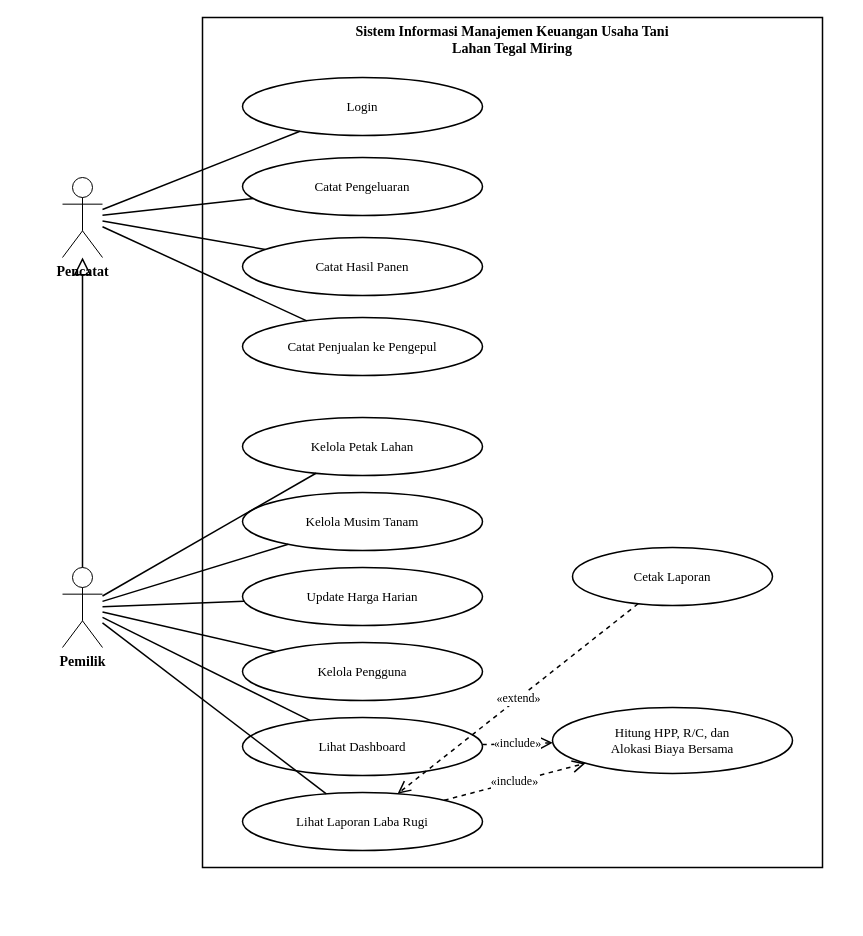
Above: sim-usahatani/diagram/02-use-case.drawio in adipkharis26-cmd/AdipKharis (draw.io), before the change. Source tidied: cells renumbered, new cells numbered last; positions are measured from the earlier drawing's top-left corner, leaving out a move shared by most shapes. Both pictures are drawn from the tidied source at 100%, with x=0, y=0 at pixel (62, 17).
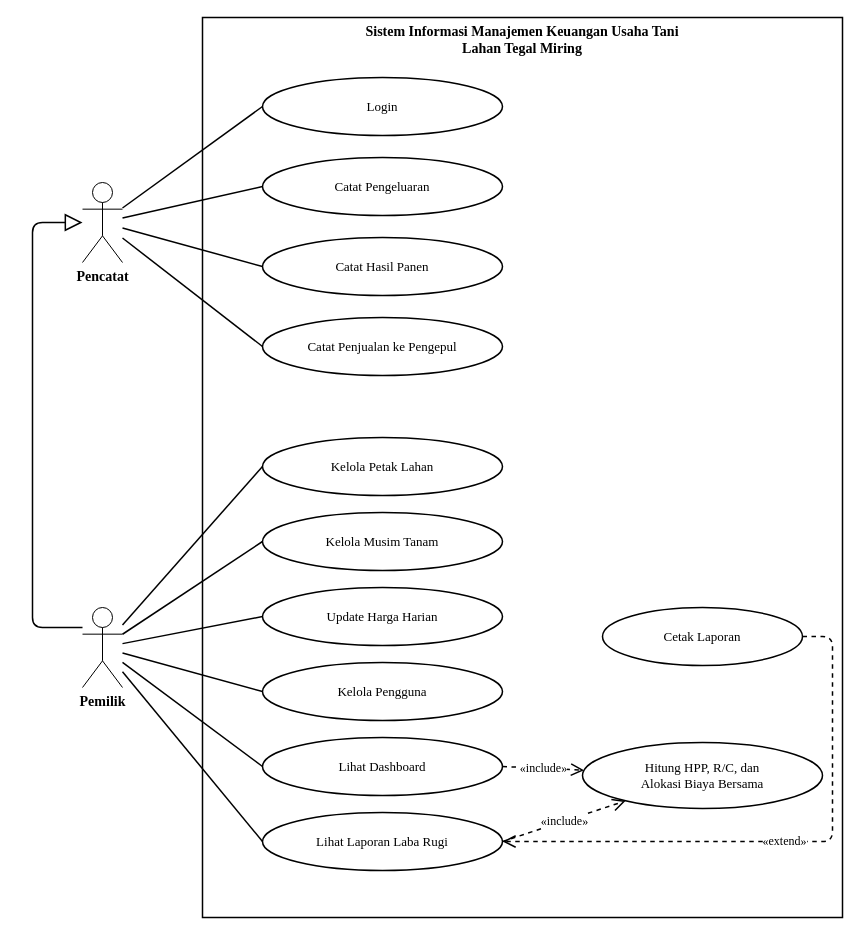
Above is the later version.

Commit message (it also covers changes not shown here):
Gambar referensi diagram + rapikan tata letak use case dan activity di file draw.io

Change to the diagram source:
```diff
@@
     <mxCell id="2" value="Sistem Informasi Manajemen Keuangan Usaha Tani&lt;br&gt;Lahan Tegal Miring" style="rounded=0;whiteSpace=wrap;html=1;strokeColor=#000000;fillColor=none;verticalAlign=top;fontSize=14;fontStyle=1;strokeWidth=1.5;fontFamily=Times New Roman;fontColor=#000000;" parent="1" vertex="1">
-      <mxGeometry x="140" width="620" height="850" as="geometry" />
+      <mxGeometry x="140" width="640" height="900" as="geometry" />
     </mxCell>
     <mxCell id="3" value="Pencatat" style="shape=umlActor;verticalLabelPosition=bottom;verticalAlign=top;html=1;strokeColor=#000000;fillColor=#FFFFFF;fontSize=14;fontStyle=1;fontFamily=Times New Roman;fontColor=#000000;" parent="1" vertex="1">
-      <mxGeometry y="160" width="40" height="80" as="geometry" />
+      <mxGeometry x="20" y="165" width="40" height="80" as="geometry" />
     </mxCell>
     <mxCell id="4" value="Pemilik" style="shape=umlActor;verticalLabelPosition=bottom;verticalAlign=top;html=1;strokeColor=#000000;fillColor=#FFFFFF;fontSize=14;fontStyle=1;fontFamily=Times New Roman;fontColor=#000000;" parent="1" vertex="1">
-      <mxGeometry y="550" width="40" height="80" as="geometry" />
+      <mxGeometry x="20" y="590" width="40" height="80" as="geometry" />
     </mxCell>
-    <mxCell id="5" style="endArrow=block;endFill=1;html=1;strokeColor=#000000;strokeWidth=1.5;fontFamily=Times New Roman;fontColor=#000000;fontSize=12;endArrow=block;endFill=0;endSize=14;" parent="1" edge="1" source="4" target="3">
-      <mxGeometry relative="1" as="geometry" />
+    <mxCell id="5" style="endArrow=block;endFill=1;html=1;strokeColor=#000000;strokeWidth=1.5;fontFamily=Times New Roman;fontColor=#000000;fontSize=12;endArrow=block;endFill=0;endSize=14;edgeStyle=orthogonalEdgeStyle;exitX=0;exitY=0.25;entryX=0;entryY=0.5;" parent="1" edge="1" source="4" target="3">
+      <mxGeometry relative="1" as="geometry">
+        <Array as="points">
+          <mxPoint x="-30" y="610" />
+          <mxPoint x="-30" y="205" />
+        </Array>
+      </mxGeometry>
     </mxCell>
     <mxCell id="6" value="Login" style="ellipse;whiteSpace=wrap;html=1;strokeColor=#000000;fillColor=#FFFFFF;strokeWidth=1.5;fontSize=13;fontFamily=Times New Roman;fontColor=#000000;" parent="1" vertex="1">
-      <mxGeometry x="180" y="60" width="240" height="58" as="geometry" />
+      <mxGeometry x="200" y="60" width="240" height="58" as="geometry" />
     </mxCell>
     <mxCell id="7" value="Catat Pengeluaran" style="ellipse;whiteSpace=wrap;html=1;strokeColor=#000000;fillColor=#FFFFFF;strokeWidth=1.5;fontSize=13;fontFamily=Times New Roman;fontColor=#000000;" parent="1" vertex="1">
-      <mxGeometry x="180" y="140" width="240" height="58" as="geometry" />
+      <mxGeometry x="200" y="140" width="240" height="58" as="geometry" />
     </mxCell>
     <mxCell id="8" value="Catat Hasil Panen" style="ellipse;whiteSpace=wrap;html=1;strokeColor=#000000;fillColor=#FFFFFF;strokeWidth=1.5;fontSize=13;fontFamily=Times New Roman;fontColor=#000000;" parent="1" vertex="1">
-      <mxGeometry x="180" y="220" width="240" height="58" as="geometry" />
+      <mxGeometry x="200" y="220" width="240" height="58" as="geometry" />
     </mxCell>
     <mxCell id="9" value="Catat Penjualan ke Pengepul" style="ellipse;whiteSpace=wrap;html=1;strokeColor=#000000;fillColor=#FFFFFF;strokeWidth=1.5;fontSize=13;fontFamily=Times New Roman;fontColor=#000000;" parent="1" vertex="1">
-      <mxGeometry x="180" y="300" width="240" height="58" as="geometry" />
+      <mxGeometry x="200" y="300" width="240" height="58" as="geometry" />
     </mxCell>
     <mxCell id="10" value="Kelola Petak Lahan" style="ellipse;whiteSpace=wrap;html=1;strokeColor=#000000;fillColor=#FFFFFF;strokeWidth=1.5;fontSize=13;fontFamily=Times New Roman;fontColor=#000000;" parent="1" vertex="1">
-      <mxGeometry x="180" y="400" width="240" height="58" as="geometry" />
+      <mxGeometry x="200" y="420" width="240" height="58" as="geometry" />
     </mxCell>
     <mxCell id="11" value="Kelola Musim Tanam" style="ellipse;whiteSpace=wrap;html=1;strokeColor=#000000;fillColor=#FFFFFF;strokeWidth=1.5;fontSize=13;fontFamily=Times New Roman;fontColor=#000000;" parent="1" vertex="1">
-      <mxGeometry x="180" y="475" width="240" height="58" as="geometry" />
+      <mxGeometry x="200" y="495" width="240" height="58" as="geometry" />
     </mxCell>
     <mxCell id="12" value="Update Harga Harian" style="ellipse;whiteSpace=wrap;html=1;strokeColor=#000000;fillColor=#FFFFFF;strokeWidth=1.5;fontSize=13;fontFamily=Times New Roman;fontColor=#000000;" parent="1" vertex="1">
-      <mxGeometry x="180" y="550" width="240" height="58" as="geometry" />
+      <mxGeometry x="200" y="570" width="240" height="58" as="geometry" />
     </mxCell>
     <mxCell id="13" value="Kelola Pengguna" style="ellipse;whiteSpace=wrap;html=1;strokeColor=#000000;fillColor=#FFFFFF;strokeWidth=1.5;fontSize=13;fontFamily=Times New Roman;fontColor=#000000;" parent="1" vertex="1">
-      <mxGeometry x="180" y="625" width="240" height="58" as="geometry" />
+      <mxGeometry x="200" y="645" width="240" height="58" as="geometry" />
     </mxCell>
     <mxCell id="14" value="Lihat Dashboard" style="ellipse;whiteSpace=wrap;html=1;strokeColor=#000000;fillColor=#FFFFFF;strokeWidth=1.5;fontSize=13;fontFamily=Times New Roman;fontColor=#000000;" parent="1" vertex="1">
-      <mxGeometry x="180" y="700" width="240" height="58" as="geometry" />
+      <mxGeometry x="200" y="720" width="240" height="58" as="geometry" />
     </mxCell>
     <mxCell id="15" value="Lihat Laporan Laba Rugi" style="ellipse;whiteSpace=wrap;html=1;strokeColor=#000000;fillColor=#FFFFFF;strokeWidth=1.5;fontSize=13;fontFamily=Times New Roman;fontColor=#000000;" parent="1" vertex="1">
-      <mxGeometry x="180" y="775" width="240" height="58" as="geometry" />
+      <mxGeometry x="200" y="795" width="240" height="58" as="geometry" />
     </mxCell>
     <mxCell id="16" value="Hitung HPP, R/C, dan&lt;br&gt;Alokasi Biaya Bersama" style="ellipse;whiteSpace=wrap;html=1;strokeColor=#000000;fillColor=#FFFFFF;strokeWidth=1.5;fontSize=13;fontFamily=Times New Roman;fontColor=#000000;" parent="1" vertex="1">
-      <mxGeometry x="490" y="690" width="240" height="66" as="geometry" />
+      <mxGeometry x="520" y="725" width="240" height="66" as="geometry" />
     </mxCell>
     <mxCell id="17" value="Cetak Laporan" style="ellipse;whiteSpace=wrap;html=1;strokeColor=#000000;fillColor=#FFFFFF;strokeWidth=1.5;fontSize=13;fontFamily=Times New Roman;fontColor=#000000;" parent="1" vertex="1">
-      <mxGeometry x="510" y="530" width="200" height="58" as="geometry" />
+      <mxGeometry x="540" y="590" width="200" height="58" as="geometry" />
     </mxCell>
-    <mxCell id="18" style="endArrow=block;endFill=1;html=1;strokeColor=#000000;strokeWidth=1.5;fontFamily=Times New Roman;fontColor=#000000;fontSize=12;endArrow=none;" parent="1" edge="1" source="3" target="6">
+    <mxCell id="18" style="endArrow=block;endFill=1;html=1;strokeColor=#000000;strokeWidth=1.5;fontFamily=Times New Roman;fontColor=#000000;fontSize=12;endArrow=none;entryX=0;entryY=0.5;entryDx=0;entryDy=0;" parent="1" edge="1" source="3" target="6">
       <mxGeometry relative="1" as="geometry" />
     </mxCell>
-    <mxCell id="19" style="endArrow=block;endFill=1;html=1;strokeColor=#000000;strokeWidth=1.5;fontFamily=Times New Roman;fontColor=#000000;fontSize=12;endArrow=none;" parent="1" edge="1" source="3" target="7">
+    <mxCell id="19" style="endArrow=block;endFill=1;html=1;strokeColor=#000000;strokeWidth=1.5;fontFamily=Times New Roman;fontColor=#000000;fontSize=12;endArrow=none;entryX=0;entryY=0.5;entryDx=0;entryDy=0;" parent="1" edge="1" source="3" target="7">
       <mxGeometry relative="1" as="geometry" />
     </mxCell>
-    <mxCell id="20" style="endArrow=block;endFill=1;html=1;strokeColor=#000000;strokeWidth=1.5;fontFamily=Times New Roman;fontColor=#000000;fontSize=12;endArrow=none;" parent="1" edge="1" source="3" target="8">
+    <mxCell id="20" style="endArrow=block;endFill=1;html=1;strokeColor=#000000;strokeWidth=1.5;fontFamily=Times New Roman;fontColor=#000000;fontSize=12;endArrow=none;entryX=0;entryY=0.5;entryDx=0;entryDy=0;" parent="1" edge="1" source="3" target="8">
       <mxGeometry relative="1" as="geometry" />
     </mxCell>
-    <mxCell id="21" style="endArrow=block;endFill=1;html=1;strokeColor=#000000;strokeWidth=1.5;fontFamily=Times New Roman;fontColor=#000000;fontSize=12;endArrow=none;" parent="1" edge="1" source="3" target="9">
+    <mxCell id="21" style="endArrow=block;endFill=1;html=1;strokeColor=#000000;strokeWidth=1.5;fontFamily=Times New Roman;fontColor=#000000;fontSize=12;endArrow=none;entryX=0;entryY=0.5;entryDx=0;entryDy=0;" parent="1" edge="1" source="3" target="9">
       <mxGeometry relative="1" as="geometry" />
     </mxCell>
-    <mxCell id="22" style="endArrow=block;endFill=1;html=1;strokeColor=#000000;strokeWidth=1.5;fontFamily=Times New Roman;fontColor=#000000;fontSize=12;endArrow=none;" parent="1" edge="1" source="4" target="10">
+    <mxCell id="22" style="endArrow=block;endFill=1;html=1;strokeColor=#000000;strokeWidth=1.5;fontFamily=Times New Roman;fontColor=#000000;fontSize=12;endArrow=none;entryX=0;entryY=0.5;entryDx=0;entryDy=0;" parent="1" edge="1" source="4" target="10">
       <mxGeometry relative="1" as="geometry" />
     </mxCell>
-    <mxCell id="23" style="endArrow=block;endFill=1;html=1;strokeColor=#000000;strokeWidth=1.5;fontFamily=Times New Roman;fontColor=#000000;fontSize=12;endArrow=none;" parent="1" edge="1" source="4" target="11">
+    <mxCell id="23" style="endArrow=block;endFill=1;html=1;strokeColor=#000000;strokeWidth=1.5;fontFamily=Times New Roman;fontColor=#000000;fontSize=12;endArrow=none;entryX=0;entryY=0.5;entryDx=0;entryDy=0;" parent="1" edge="1" source="4" target="11">
       <mxGeometry relative="1" as="geometry" />
     </mxCell>
-    <mxCell id="24" style="endArrow=block;endFill=1;html=1;strokeColor=#000000;strokeWidth=1.5;fontFamily=Times New Roman;fontColor=#000000;fontSize=12;endArrow=none;" parent="1" edge="1" source="4" target="12">
+    <mxCell id="24" style="endArrow=block;endFill=1;html=1;strokeColor=#000000;strokeWidth=1.5;fontFamily=Times New Roman;fontColor=#000000;fontSize=12;endArrow=none;entryX=0;entryY=0.5;entryDx=0;entryDy=0;" parent="1" edge="1" source="4" target="12">
       <mxGeometry relative="1" as="geometry" />
     </mxCell>
-    <mxCell id="25" style="endArrow=block;endFill=1;html=1;strokeColor=#000000;strokeWidth=1.5;fontFamily=Times New Roman;fontColor=#000000;fontSize=12;endArrow=none;" parent="1" edge="1" source="4" target="13">
+    <mxCell id="25" style="endArrow=block;endFill=1;html=1;strokeColor=#000000;strokeWidth=1.5;fontFamily=Times New Roman;fontColor=#000000;fontSize=12;endArrow=none;entryX=0;entryY=0.5;entryDx=0;entryDy=0;" parent="1" edge="1" source="4" target="13">
       <mxGeometry relative="1" as="geometry" />
     </mxCell>
-    <mxCell id="26" style="endArrow=block;endFill=1;html=1;strokeColor=#000000;strokeWidth=1.5;fontFamily=Times New Roman;fontColor=#000000;fontSize=12;endArrow=none;" parent="1" edge="1" source="4" target="14">
+    <mxCell id="26" style="endArrow=block;endFill=1;html=1;strokeColor=#000000;strokeWidth=1.5;fontFamily=Times New Roman;fontColor=#000000;fontSize=12;endArrow=none;entryX=0;entryY=0.5;entryDx=0;entryDy=0;" parent="1" edge="1" source="4" target="14">
       <mxGeometry relative="1" as="geometry" />
     </mxCell>
-    <mxCell id="27" style="endArrow=block;endFill=1;html=1;strokeColor=#000000;strokeWidth=1.5;fontFamily=Times New Roman;fontColor=#000000;fontSize=12;endArrow=none;" parent="1" edge="1" source="4" target="15">
+    <mxCell id="27" style="endArrow=block;endFill=1;html=1;strokeColor=#000000;strokeWidth=1.5;fontFamily=Times New Roman;fontColor=#000000;fontSize=12;endArrow=none;entryX=0;entryY=0.5;entryDx=0;entryDy=0;" parent="1" edge="1" source="4" target="15">
       <mxGeometry relative="1" as="geometry" />
     </mxCell>
-    <mxCell id="28" value="«include»" style="endArrow=block;endFill=1;html=1;strokeColor=#000000;strokeWidth=1.5;fontFamily=Times New Roman;fontColor=#000000;fontSize=12;dashed=1;endArrow=open;endSize=10;" parent="1" edge="1" source="14" target="16">
+    <mxCell id="28" value="«include»" style="endArrow=block;endFill=1;html=1;strokeColor=#000000;strokeWidth=1.5;fontFamily=Times New Roman;fontColor=#000000;fontSize=12;dashed=1;endArrow=open;endSize=10;exitX=1;exitY=0.5;" parent="1" edge="1" source="14" target="16">
       <mxGeometry relative="1" as="geometry" />
     </mxCell>
-    <mxCell id="29" value="«include»" style="endArrow=block;endFill=1;html=1;strokeColor=#000000;strokeWidth=1.5;fontFamily=Times New Roman;fontColor=#000000;fontSize=12;dashed=1;endArrow=open;endSize=10;" parent="1" edge="1" source="15" target="16">
+    <mxCell id="29" value="«include»" style="endArrow=block;endFill=1;html=1;strokeColor=#000000;strokeWidth=1.5;fontFamily=Times New Roman;fontColor=#000000;fontSize=12;dashed=1;endArrow=open;endSize=10;exitX=1;exitY=0.5;" parent="1" edge="1" source="15" target="16">
       <mxGeometry relative="1" as="geometry" />
     </mxCell>
-    <mxCell id="30" value="«extend»" style="endArrow=block;endFill=1;html=1;strokeColor=#000000;strokeWidth=1.5;fontFamily=Times New Roman;fontColor=#000000;fontSize=12;dashed=1;endArrow=open;endSize=10;" parent="1" edge="1" source="17" target="15">
-      <mxGeometry relative="1" as="geometry" />
+    <mxCell id="30" value="«extend»" style="endArrow=block;endFill=1;html=1;strokeColor=#000000;strokeWidth=1.5;fontFamily=Times New Roman;fontColor=#000000;fontSize=12;dashed=1;endArrow=open;endSize=10;edgeStyle=orthogonalEdgeStyle;exitX=1;exitY=0.5;entryX=1;entryY=0.5;" parent="1" edge="1" source="17" target="15">
+      <mxGeometry relative="1" as="geometry">
+        <Array as="points">
+          <mxPoint x="770" y="619" />
+          <mxPoint x="770" y="824" />
+        </Array>
+      </mxGeometry>
     </mxCell>
```
